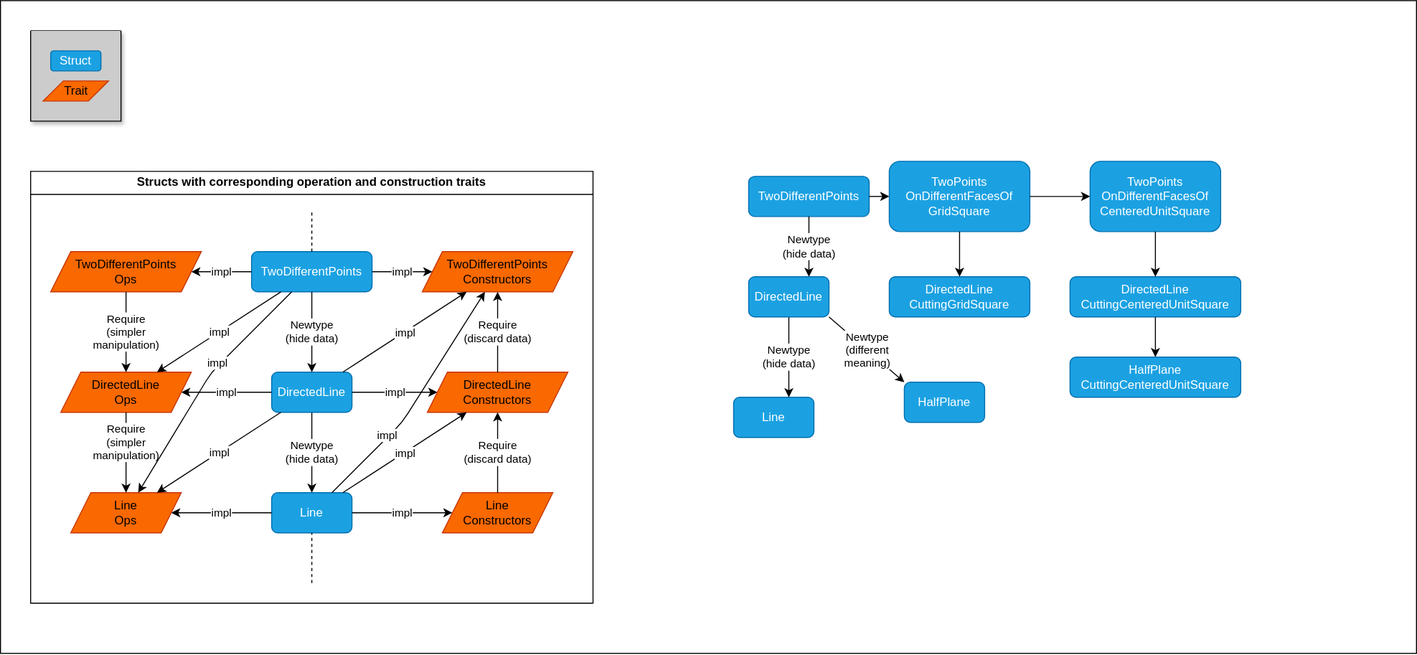
Above: docs/newtype_hierarchy.drawio.svg in willhansen/widgetmancer (draw.io), before the change. Source tidied: cells renumbered, new cells last; positions are measured from the earlier drawing's top-left corner, leaving out a move shared by most shapes.
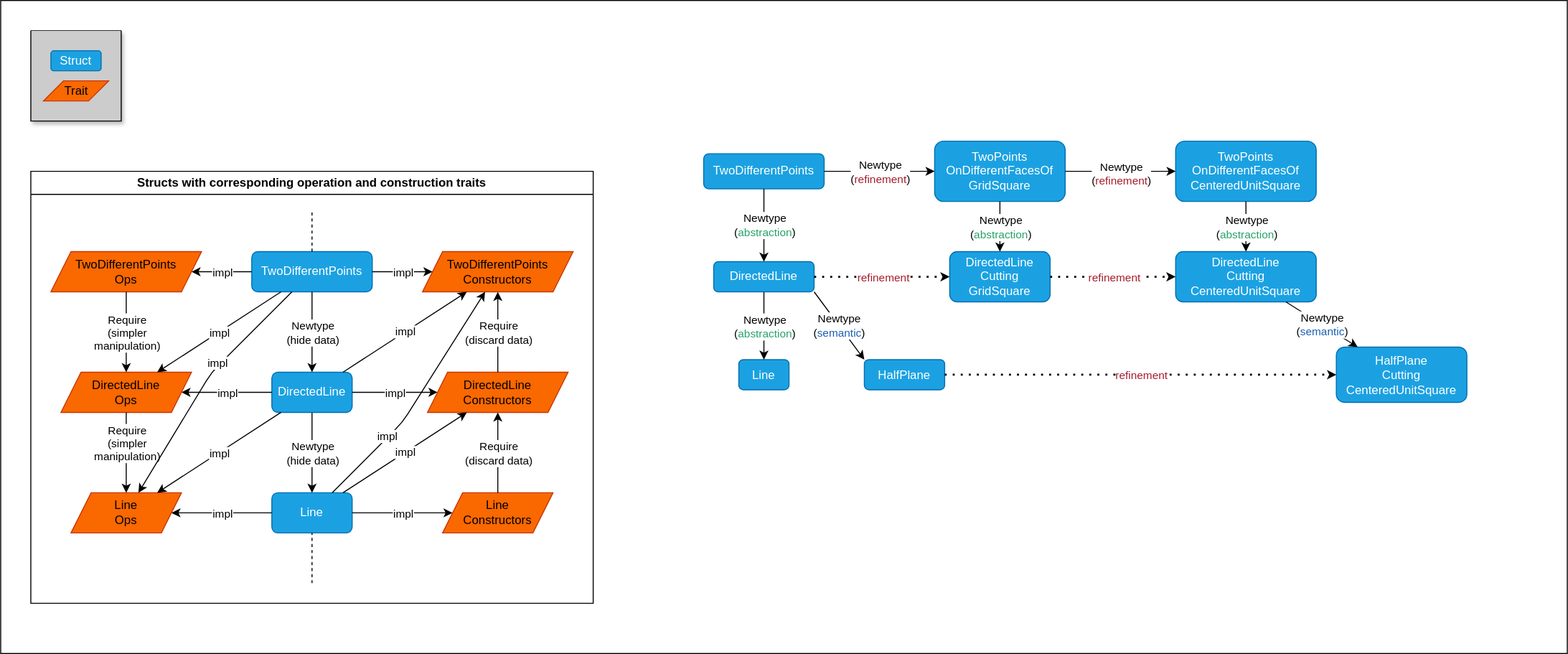
Above is the later version.

Commit message:
update line type relation diagram

Change to the diagram source:
```diff
@@ -3,7 +3,7 @@
     <mxCell id="0" />
     <mxCell id="1" value="background" parent="0" />
     <mxCell id="2" style="rounded=0;whiteSpace=wrap;html=1;" parent="1" vertex="1">
-      <mxGeometry width="1410" height="650" as="geometry" />
+      <mxGeometry width="1560" height="650" as="geometry" />
     </mxCell>
     <mxCell id="3" value="main" parent="0" />
     <mxCell id="4" style="swimlane;startSize=0;swimlaneFillColor=#CCCCCC;shadow=1;" parent="3" vertex="1">
@@ -181,67 +181,97 @@
       </mxGeometry>
     </mxCell>
     <mxCell id="56" value="&lt;div&gt;Line&lt;/div&gt;" style="rounded=1;whiteSpace=wrap;html=1;fillColor=#1ba1e2;strokeColor=#006EAF;fontColor=#ffffff;" parent="3" vertex="1">
-      <mxGeometry x="730" y="395" width="80" height="40" as="geometry" />
+      <mxGeometry x="735" y="357.5" width="50" height="30" as="geometry" />
     </mxCell>
     <mxCell id="57" style="edgeStyle=orthogonalEdgeStyle;rounded=1;jettySize=auto;html=1;noEdgeStyle=1;orthogonal=1;" parent="3" edge="1" source="59" target="56">
       <mxGeometry relative="1" as="geometry" />
     </mxCell>
-    <mxCell id="58" value="&lt;div&gt;Newtype&lt;/div&gt;&lt;div&gt;(hide data)&lt;br&gt;&lt;/div&gt;" style="edgeLabel;html=1;align=center;verticalAlign=middle;rounded=1;" parent="57" vertex="1">
+    <mxCell id="58" value="&lt;div&gt;Newtype&lt;/div&gt;&lt;div&gt;(&lt;font color=&quot;#26a269&quot;&gt;abstraction&lt;/font&gt;)&lt;br&gt;&lt;/div&gt;" style="edgeLabel;html=1;align=center;verticalAlign=middle;rounded=1;" parent="57" vertex="1">
       <mxGeometry relative="1" as="geometry" />
     </mxCell>
     <mxCell id="59" value="&lt;div&gt;DirectedLine&lt;/div&gt;" style="rounded=1;whiteSpace=wrap;html=1;fillColor=#1ba1e2;strokeColor=#006EAF;fontColor=#ffffff;" parent="3" vertex="1">
-      <mxGeometry x="745" y="275" width="80" height="40" as="geometry" />
+      <mxGeometry x="710" y="260" width="100" height="30" as="geometry" />
     </mxCell>
     <mxCell id="60" value="TwoDifferentPoints" style="rounded=1;whiteSpace=wrap;html=1;fillColor=#1ba1e2;strokeColor=#006EAF;fontColor=#ffffff;" parent="3" vertex="1">
-      <mxGeometry x="745" y="175" width="120" height="40" as="geometry" />
+      <mxGeometry x="700" y="152.5" width="120" height="35" as="geometry" />
     </mxCell>
     <mxCell id="61" style="endArrow=classic;html=1;rounded=1;noEdgeStyle=1;orthogonal=1;" parent="3" edge="1" source="60" target="59">
       <mxGeometry relative="1" as="geometry" />
     </mxCell>
-    <mxCell id="62" value="&lt;div&gt;Newtype&lt;/div&gt;&lt;div&gt;(hide data)&lt;br&gt;&lt;/div&gt;" style="edgeLabel;html=1;align=center;verticalAlign=middle;rounded=1;" parent="61" vertex="1">
+    <mxCell id="62" value="&lt;div&gt;Newtype&lt;/div&gt;&lt;div&gt;(&lt;font color=&quot;#26a269&quot;&gt;abstraction&lt;/font&gt;)&lt;br&gt;&lt;/div&gt;" style="edgeLabel;html=1;align=center;verticalAlign=middle;rounded=1;" parent="61" vertex="1">
       <mxGeometry relative="1" as="geometry" />
     </mxCell>
     <mxCell id="63" value="HalfPlane" style="rounded=1;whiteSpace=wrap;html=1;fillColor=#1ba1e2;strokeColor=#006EAF;fontColor=#ffffff;" parent="3" vertex="1">
-      <mxGeometry x="900" y="380" width="80" height="40" as="geometry" />
+      <mxGeometry x="860" y="357.5" width="80" height="30" as="geometry" />
     </mxCell>
     <mxCell id="64" style="edgeStyle=orthogonalEdgeStyle;rounded=1;jettySize=auto;html=1;noEdgeStyle=1;orthogonal=1;" parent="3" edge="1" source="59" target="63">
       <mxGeometry relative="1" as="geometry" />
     </mxCell>
-    <mxCell id="65" value="&lt;div&gt;Newtype&lt;/div&gt;&lt;div&gt;(different&lt;/div&gt;&lt;div&gt;meaning)&lt;br&gt;&lt;/div&gt;" style="edgeLabel;html=1;align=center;verticalAlign=middle;rounded=1;" parent="64" vertex="1">
+    <mxCell id="65" value="&lt;div&gt;Newtype&lt;/div&gt;&lt;div&gt;(&lt;font color=&quot;#1a5fb4&quot;&gt;semantic&lt;/font&gt;)&lt;br&gt;&lt;/div&gt;" style="edgeLabel;html=1;align=center;verticalAlign=middle;rounded=1;" parent="64" vertex="1">
       <mxGeometry relative="1" as="geometry" />
     </mxCell>
-    <mxCell id="66" value="&amp;nbsp;" style="text;whiteSpace=wrap;html=1;" parent="3" vertex="1">
-      <mxGeometry x="680" y="150" width="40" height="40" as="geometry" />
-    </mxCell>
-    <mxCell id="67" value="&lt;div&gt;DirectedLine&lt;/div&gt;&lt;div&gt;CuttingCenteredUnitSquare&lt;br&gt;&lt;/div&gt;" style="rounded=1;whiteSpace=wrap;html=1;fillColor=#1ba1e2;strokeColor=#006EAF;fontColor=#ffffff;" parent="3" vertex="1">
-      <mxGeometry x="1065" y="275" width="170" height="40" as="geometry" />
+    <mxCell id="67" value="&lt;div&gt;DirectedLine&lt;/div&gt;&lt;div&gt;Cutting&lt;/div&gt;&lt;div&gt;CenteredUnitSquare&lt;br&gt;&lt;/div&gt;" style="rounded=1;whiteSpace=wrap;html=1;fillColor=#1ba1e2;strokeColor=#006EAF;fontColor=#ffffff;" parent="3" vertex="1">
+      <mxGeometry x="1170" y="250" width="140" height="50" as="geometry" />
     </mxCell>
-    <mxCell id="68" value="&lt;div&gt;DirectedLine&lt;/div&gt;&lt;div&gt;CuttingGridSquare&lt;br&gt;&lt;/div&gt;" style="rounded=1;whiteSpace=wrap;html=1;fillColor=#1ba1e2;strokeColor=#006EAF;fontColor=#ffffff;" parent="3" vertex="1">
-      <mxGeometry x="885" y="275" width="140" height="40" as="geometry" />
+    <mxCell id="68" value="&lt;div&gt;DirectedLine&lt;/div&gt;&lt;div&gt;Cutting&lt;/div&gt;&lt;div&gt;GridSquare&lt;br&gt;&lt;/div&gt;" style="rounded=1;whiteSpace=wrap;html=1;fillColor=#1ba1e2;strokeColor=#006EAF;fontColor=#ffffff;" parent="3" vertex="1">
+      <mxGeometry x="945" y="250" width="100" height="50" as="geometry" />
     </mxCell>
     <mxCell id="69" value="&lt;div&gt;TwoPoints&lt;/div&gt;&lt;div&gt;OnDifferentFacesOf&lt;/div&gt;&lt;div&gt;GridSquare&lt;/div&gt;" style="rounded=1;whiteSpace=wrap;html=1;fillColor=#1ba1e2;strokeColor=#006EAF;fontColor=#ffffff;" parent="3" vertex="1">
-      <mxGeometry x="885" y="160" width="140" height="70" as="geometry" />
+      <mxGeometry x="930" y="140" width="130" height="60" as="geometry" />
     </mxCell>
     <mxCell id="70" value="&lt;div&gt;TwoPoints&lt;/div&gt;&lt;div&gt;OnDifferentFacesOf&lt;/div&gt;&lt;div&gt;CenteredUnitSquare&lt;/div&gt;" style="rounded=1;whiteSpace=wrap;html=1;fillColor=#1ba1e2;strokeColor=#006EAF;fontColor=#ffffff;" parent="3" vertex="1">
-      <mxGeometry x="1085" y="160" width="130" height="70" as="geometry" />
+      <mxGeometry x="1170" y="140" width="140" height="60" as="geometry" />
     </mxCell>
     <mxCell id="71" style="endArrow=classic;html=1;rounded=0;" parent="3" edge="1" source="60" target="69">
       <mxGeometry relative="1" as="geometry" />
     </mxCell>
+    <mxCell id="77" value="&lt;div&gt;Newtype&lt;/div&gt;&lt;div&gt;(&lt;font color=&quot;#a51d2d&quot;&gt;refinement&lt;/font&gt;)&lt;br&gt;&lt;/div&gt;" style="edgeLabel;html=1;align=center;verticalAlign=middle;" parent="71" vertex="1">
+      <mxGeometry relative="1" as="geometry" />
+    </mxCell>
     <mxCell id="72" style="endArrow=classic;html=1;rounded=0;" parent="3" edge="1" source="69" target="70">
       <mxGeometry relative="1" as="geometry" />
     </mxCell>
+    <mxCell id="78" value="&lt;div&gt;Newtype&lt;/div&gt;&lt;div&gt;(&lt;font color=&quot;#a51d2d&quot;&gt;refinement&lt;/font&gt;)&lt;br&gt;&lt;/div&gt;" style="edgeLabel;html=1;align=center;verticalAlign=middle;" parent="72" vertex="1">
+      <mxGeometry y="-2" relative="1" as="geometry" />
+    </mxCell>
     <mxCell id="73" style="endArrow=classic;html=1;rounded=0;" parent="3" edge="1" source="70" target="67">
       <mxGeometry relative="1" as="geometry" />
     </mxCell>
+    <mxCell id="79" value="&lt;div&gt;Newtype&lt;/div&gt;&lt;div&gt;(&lt;font color=&quot;#26a269&quot;&gt;abstraction&lt;/font&gt;)&lt;br&gt;&lt;/div&gt;" style="edgeLabel;html=1;align=center;verticalAlign=middle;" parent="73" vertex="1">
+      <mxGeometry relative="1" as="geometry" />
+    </mxCell>
     <mxCell id="74" style="endArrow=classic;html=1;rounded=0;" parent="3" edge="1" source="69" target="68">
       <mxGeometry relative="1" as="geometry" />
     </mxCell>
+    <mxCell id="80" value="&lt;div&gt;Newtype&lt;/div&gt;&lt;div&gt;(&lt;font color=&quot;#26a269&quot;&gt;abstraction&lt;/font&gt;)&lt;br&gt;&lt;/div&gt;" style="edgeLabel;html=1;align=center;verticalAlign=middle;" parent="74" vertex="1">
+      <mxGeometry relative="1" as="geometry" />
+    </mxCell>
-    <mxCell id="75" value="&lt;div&gt;HalfPlane&lt;/div&gt;CuttingCenteredUnitSquare" style="rounded=1;whiteSpace=wrap;html=1;fillColor=#1ba1e2;strokeColor=#006EAF;fontColor=#ffffff;" parent="3" vertex="1">
-      <mxGeometry x="1065" y="355" width="170" height="40" as="geometry" />
+    <mxCell id="75" value="&lt;div&gt;HalfPlane&lt;/div&gt;&lt;div&gt;Cutting&lt;/div&gt;&lt;div&gt;CenteredUnitSquare&lt;/div&gt;" style="rounded=1;whiteSpace=wrap;html=1;fillColor=#1ba1e2;strokeColor=#006EAF;fontColor=#ffffff;" parent="3" vertex="1">
+      <mxGeometry x="1330" y="345" width="130" height="55" as="geometry" />
     </mxCell>
     <mxCell id="76" style="endArrow=classic;html=1;rounded=0;" parent="3" edge="1" source="67" target="75">
-      <mxGeometry relative="1" as="geometry" />
+      <mxGeometry x="-0.28" y="-61" relative="1" as="geometry" />
     </mxCell>
+    <mxCell id="81" value="&lt;div&gt;Newtype&lt;/div&gt;&lt;div&gt;(&lt;font color=&quot;#1a5fb4&quot;&gt;semantic&lt;/font&gt;)&lt;br&gt;&lt;/div&gt;" style="edgeLabel;html=1;align=center;verticalAlign=middle;" parent="76" vertex="1">
+      <mxGeometry relative="1" as="geometry" />
+    </mxCell>
+    <mxCell id="82" style="endArrow=classic;dashed=1;html=1;dashPattern=1 3;strokeWidth=2;rounded=0;endFill=1;endSize=3;" parent="3" edge="1" source="68" target="67">
+      <mxGeometry relative="1" as="geometry" />
+    </mxCell>
+    <mxCell id="83" value="&lt;div&gt;&lt;font color=&quot;#a51d2d&quot;&gt;refinement&lt;/font&gt;&lt;br&gt;&lt;/div&gt;" style="edgeLabel;html=1;align=center;verticalAlign=middle;" parent="82" vertex="1">
+      <mxGeometry relative="1" as="geometry" />
+    </mxCell>
+    <mxCell id="84" style="endArrow=classic;dashed=1;html=1;dashPattern=1 3;strokeWidth=2;rounded=0;endFill=1;endSize=3;" parent="3" edge="1" source="59" target="68">
+      <mxGeometry relative="1" as="geometry" />
+    </mxCell>
+    <mxCell id="85" value="&lt;div&gt;&lt;font color=&quot;#a51d2d&quot;&gt;refinement&lt;/font&gt;&lt;br&gt;&lt;/div&gt;" style="edgeLabel;html=1;align=center;verticalAlign=middle;" parent="84" vertex="1">
+      <mxGeometry relative="1" as="geometry" />
+    </mxCell>
+    <mxCell id="86" style="endArrow=classic;dashed=1;html=1;dashPattern=1 3;strokeWidth=2;rounded=0;endFill=1;endSize=3;" parent="3" edge="1" source="63" target="75">
+      <mxGeometry relative="1" as="geometry" />
+    </mxCell>
+    <mxCell id="87" value="&lt;div&gt;&lt;font color=&quot;#a51d2d&quot;&gt;refinement&lt;/font&gt;&lt;br&gt;&lt;/div&gt;" style="edgeLabel;html=1;align=center;verticalAlign=middle;" parent="86" vertex="1">
+      <mxGeometry relative="1" as="geometry" />
+    </mxCell>
   </root>
 </mxGraphModel>
```
